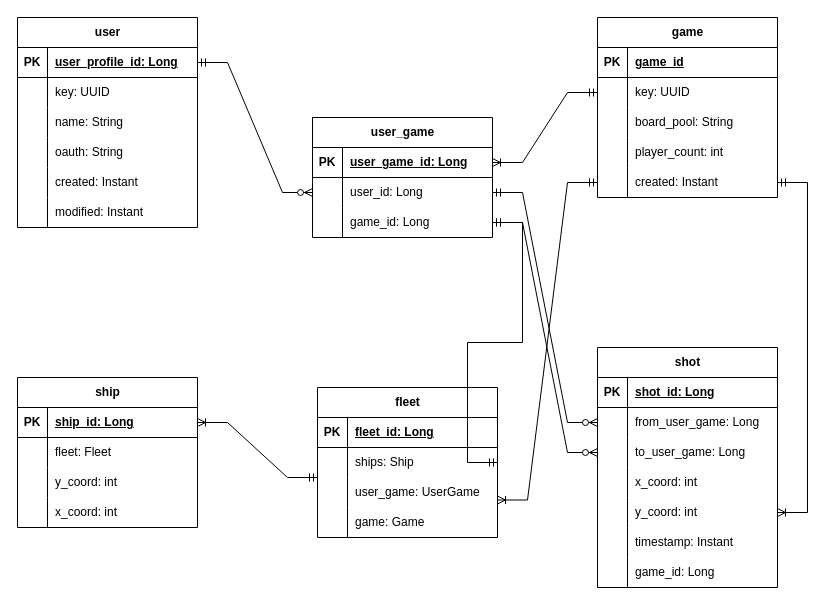
Above: docs/work/erd.drawio in ddc-java-17/cutthroat-battleship-docs (draw.io), before the change. Source tidied: cells renumbered, new cells numbered last; positions are measured from the earlier drawing's top-left corner, leaving out a move shared by most shapes. Both pictures are drawn from the tidied source at 100%, with x=0, y=0 at pixel (17, 17).
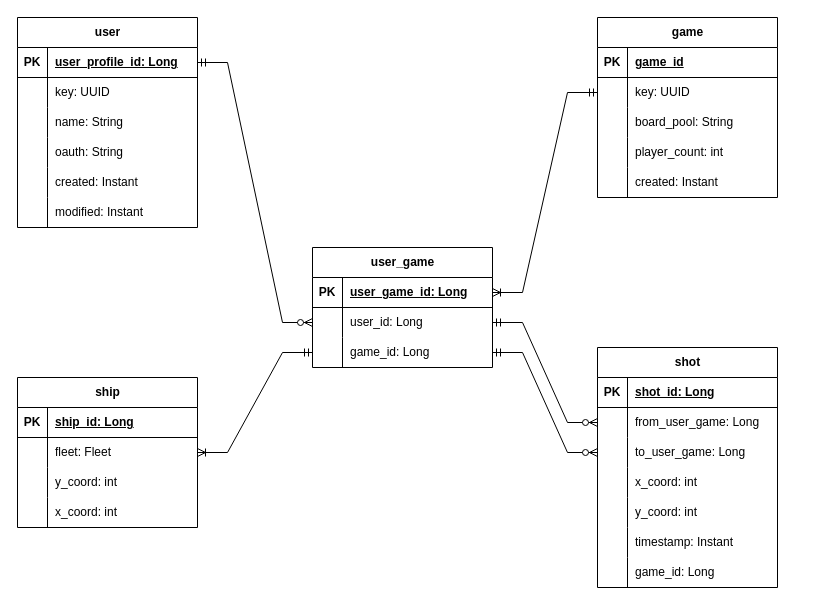
Above is the later version.

Commit message:
Housekeeping from code review

The change refers to these unchanged cells:
```xml
<mxCell id="34" style="shape=tableRow;horizontal=0;startSize=0;swimlaneHead=0;swimlaneBody=0;fillColor=none;points=[[0,0.5],[1,0.5]];portConstraint=eastwest;top=0;left=0;right=0;bottom=0;" parent="21" vertex="1">
  <mxGeometry y="150" width="180" height="30" as="geometry" />
</mxCell>
<mxCell id="44" style="shape=tableRow;horizontal=0;startSize=0;swimlaneHead=0;swimlaneBody=0;fillColor=none;points=[[0,0.5],[1,0.5]];portConstraint=eastwest;top=0;left=0;right=0;bottom=0;" parent="37" vertex="1">
  <mxGeometry y="90" width="180" height="30" as="geometry" />
</mxCell>
<mxCell id="60" style="shape=tableRow;horizontal=0;startSize=0;swimlaneHead=0;swimlaneBody=0;fillColor=none;points=[[0,0.5],[1,0.5]];portConstraint=eastwest;top=0;left=0;right=0;bottom=0;" parent="47" vertex="1">
  <mxGeometry y="150" width="180" height="30" as="geometry" />
</mxCell>
<mxCell id="70" style="shape=tableRow;horizontal=0;startSize=0;swimlaneHead=0;swimlaneBody=0;fillColor=none;points=[[0,0.5],[1,0.5]];portConstraint=eastwest;top=0;left=0;right=0;bottom=1;" parent="69" vertex="1">
  <mxGeometry y="30" width="180" height="30" as="geometry" />
</mxCell>
<mxCell id="73" style="shape=tableRow;horizontal=0;startSize=0;swimlaneHead=0;swimlaneBody=0;fillColor=none;points=[[0,0.5],[1,0.5]];portConstraint=eastwest;top=0;left=0;right=0;bottom=0;" parent="69" vertex="1">
  <mxGeometry y="60" width="180" height="30" as="geometry" />
</mxCell>
```

The edit, as a diff of the source:
```diff
@@
     <mxCell id="37" value="user_game" style="shape=table;startSize=30;childLayout=tableLayout;rowLines=0;fontStyle=1;align=center;html=1;" parent="1" vertex="1">
-      <mxGeometry x="295" y="100" width="180" height="120" as="geometry" />
+      <mxGeometry x="295" y="230" width="180" height="120" as="geometry" />
     </mxCell>
@@
-    <mxCell id="84" style="edgeStyle=entityRelationEdgeStyle;fontSize=12;html=1;endArrow=ERmandOne;startArrow=ERoneToMany;rounded=0;exitX=1;exitY=0.5;exitDx=0;exitDy=0;startFill=0;endFill=0;" parent="1" edge="1" source="70">
-      <mxGeometry relative="1" as="geometry">
-        <mxPoint x="300" y="460" as="targetPoint" />
-      </mxGeometry>
-    </mxCell>
@@
-    <mxCell id="87" value="fleet" style="shape=table;startSize=30;childLayout=tableLayout;rowLines=0;fontStyle=1;align=center;html=1;" parent="1" vertex="1">
-      <mxGeometry x="300" y="370" width="180" height="150" as="geometry" />
-    </mxCell>
-    <mxCell id="88" style="shape=tableRow;horizontal=0;startSize=0;swimlaneHead=0;swimlaneBody=0;fillColor=none;top=0;left=0;right=0;bottom=1;" parent="87" vertex="1">
-      <mxGeometry y="30" width="180" height="30" as="geometry" />
-    </mxCell>
-    <mxCell id="89" value="PK" style="shape=partialRectangle;fillColor=none;top=0;left=0;bottom=0;right=0;fontStyle=1;overflow=hidden;whiteSpace=wrap;html=1;" parent="88" vertex="1">
-      <mxGeometry width="30" height="30" as="geometry" />
-    </mxCell>
-    <mxCell id="90" value="fleet_id: Long" style="shape=partialRectangle;fillColor=none;top=0;left=0;bottom=0;right=0;align=left;spacingLeft=6;fontStyle=5;overflow=hidden;whiteSpace=wrap;html=1;" parent="88" vertex="1">
-      <mxGeometry x="30" width="150" height="30" as="geometry" />
-    </mxCell>
-    <mxCell id="91" style="shape=tableRow;horizontal=0;startSize=0;swimlaneHead=0;swimlaneBody=0;fillColor=none;top=0;left=0;right=0;bottom=0;" parent="87" vertex="1">
-      <mxGeometry y="60" width="180" height="30" as="geometry" />
-    </mxCell>
-    <mxCell id="92" style="shape=partialRectangle;fillColor=none;top=0;left=0;bottom=0;right=0;overflow=hidden;whiteSpace=wrap;html=1;" parent="91" vertex="1">
-      <mxGeometry width="30" height="30" as="geometry" />
-    </mxCell>
-    <mxCell id="93" value="ships: Ship" style="shape=partialRectangle;fillColor=none;top=0;left=0;bottom=0;right=0;align=left;spacingLeft=6;overflow=hidden;whiteSpace=wrap;html=1;" parent="91" vertex="1">
-      <mxGeometry x="30" width="150" height="30" as="geometry" />
-    </mxCell>
-    <mxCell id="94" style="shape=tableRow;horizontal=0;startSize=0;swimlaneHead=0;swimlaneBody=0;fillColor=none;top=0;left=0;right=0;bottom=0;" parent="87" vertex="1">
-      <mxGeometry y="90" width="180" height="30" as="geometry" />
-    </mxCell>
-    <mxCell id="95" style="shape=partialRectangle;fillColor=none;top=0;left=0;bottom=0;right=0;overflow=hidden;whiteSpace=wrap;html=1;" parent="94" vertex="1">
-      <mxGeometry width="30" height="30" as="geometry" />
-    </mxCell>
-    <mxCell id="96" value="user_game: UserGame" style="shape=partialRectangle;fillColor=none;top=0;left=0;bottom=0;right=0;align=left;spacingLeft=6;overflow=hidden;whiteSpace=wrap;html=1;" parent="94" vertex="1">
-      <mxGeometry x="30" width="150" height="30" as="geometry" />
-    </mxCell>
-    <mxCell id="97" style="shape=tableRow;horizontal=0;startSize=0;swimlaneHead=0;swimlaneBody=0;fillColor=none;top=0;left=0;right=0;bottom=0;" parent="87" vertex="1">
-      <mxGeometry y="120" width="180" height="30" as="geometry" />
-    </mxCell>
-    <mxCell id="98" style="shape=partialRectangle;fillColor=none;top=0;left=0;bottom=0;right=0;overflow=hidden;whiteSpace=wrap;html=1;" parent="97" vertex="1">
-      <mxGeometry width="30" height="30" as="geometry" />
-    </mxCell>
-    <mxCell id="99" value="game: Game" style="shape=partialRectangle;fillColor=none;top=0;left=0;bottom=0;right=0;align=left;spacingLeft=6;overflow=hidden;whiteSpace=wrap;html=1;" parent="97" vertex="1">
-      <mxGeometry x="30" width="150" height="30" as="geometry" />
-    </mxCell>
-    <mxCell id="100" style="edgeStyle=entityRelationEdgeStyle;fontSize=12;html=1;endArrow=ERmandOne;startArrow=ERmandOne;rounded=0;entryX=1;entryY=0.5;entryDx=0;entryDy=0;exitX=1;exitY=0.5;exitDx=0;exitDy=0;" parent="1" edge="1" source="87" target="44">
-      <mxGeometry relative="1" as="geometry" />
-    </mxCell>
-    <mxCell id="101" style="edgeStyle=entityRelationEdgeStyle;fontSize=12;html=1;endArrow=ERoneToMany;startArrow=ERmandOne;rounded=0;entryX=1;entryY=0.75;entryDx=0;entryDy=0;" parent="1" edge="1" source="34" target="87">
-      <mxGeometry relative="1" as="geometry" />
-    </mxCell>
-    <mxCell id="102" style="edgeStyle=entityRelationEdgeStyle;fontSize=12;html=1;endArrow=ERoneToMany;startArrow=ERmandOne;rounded=0;entryX=1;entryY=0.5;entryDx=0;entryDy=0;exitX=1;exitY=0.5;exitDx=0;exitDy=0;" parent="1" edge="1" source="34" target="60">
-      <mxGeometry relative="1" as="geometry" />
-    </mxCell>
+    <mxCell id="103" style="edgeStyle=entityRelationEdgeStyle;fontSize=12;html=1;endArrow=ERmandOne;startArrow=ERoneToMany;rounded=0;endFill=0;startFill=0;exitX=1;exitY=0.5;exitDx=0;exitDy=0;entryX=0;entryY=0.5;entryDx=0;entryDy=0;" parent="1" edge="1" source="73" target="44">
+      <mxGeometry relative="1" as="geometry" />
+    </mxCell>
```
